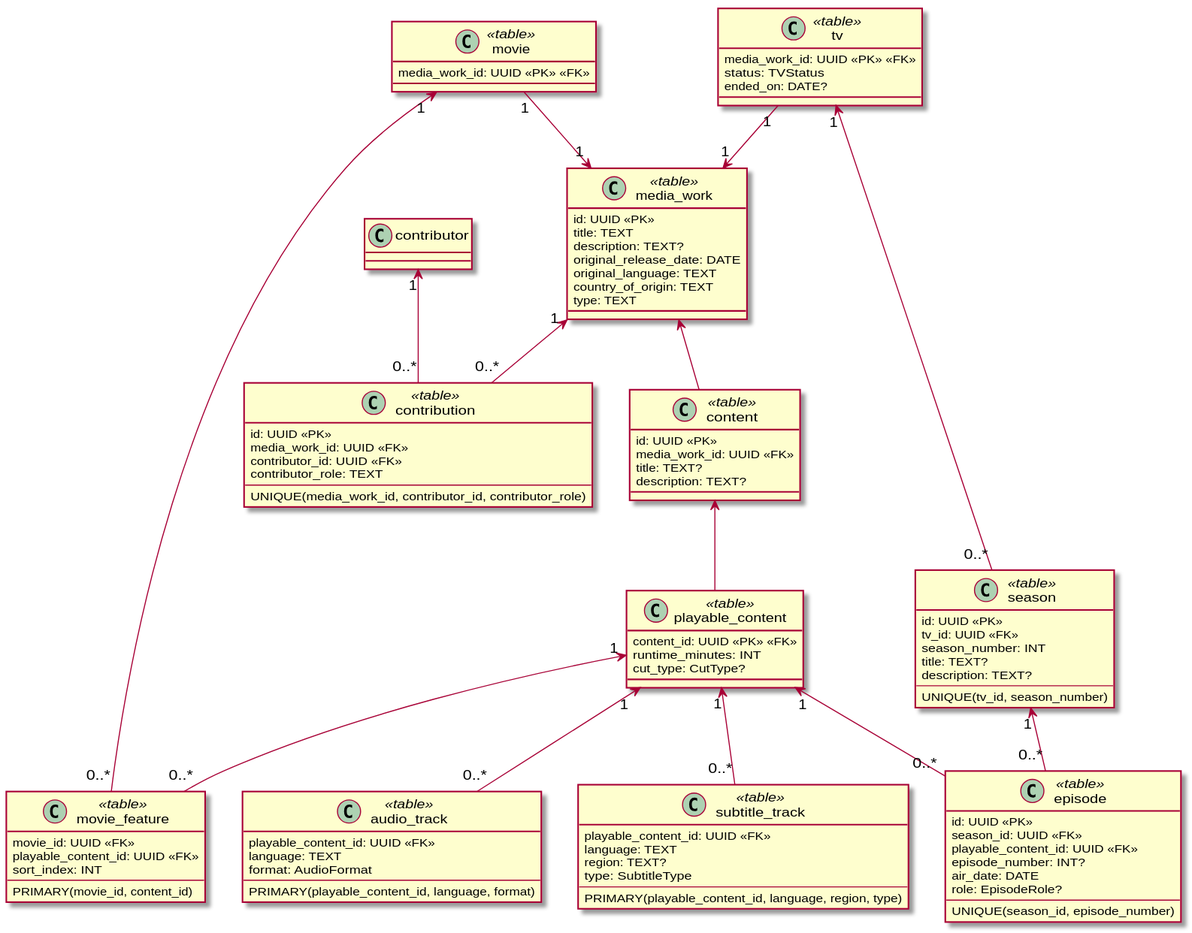
Before: docs/diagrams/data/media_work.data.svg, a diagram exported from PlantUML (yantue/colleq).
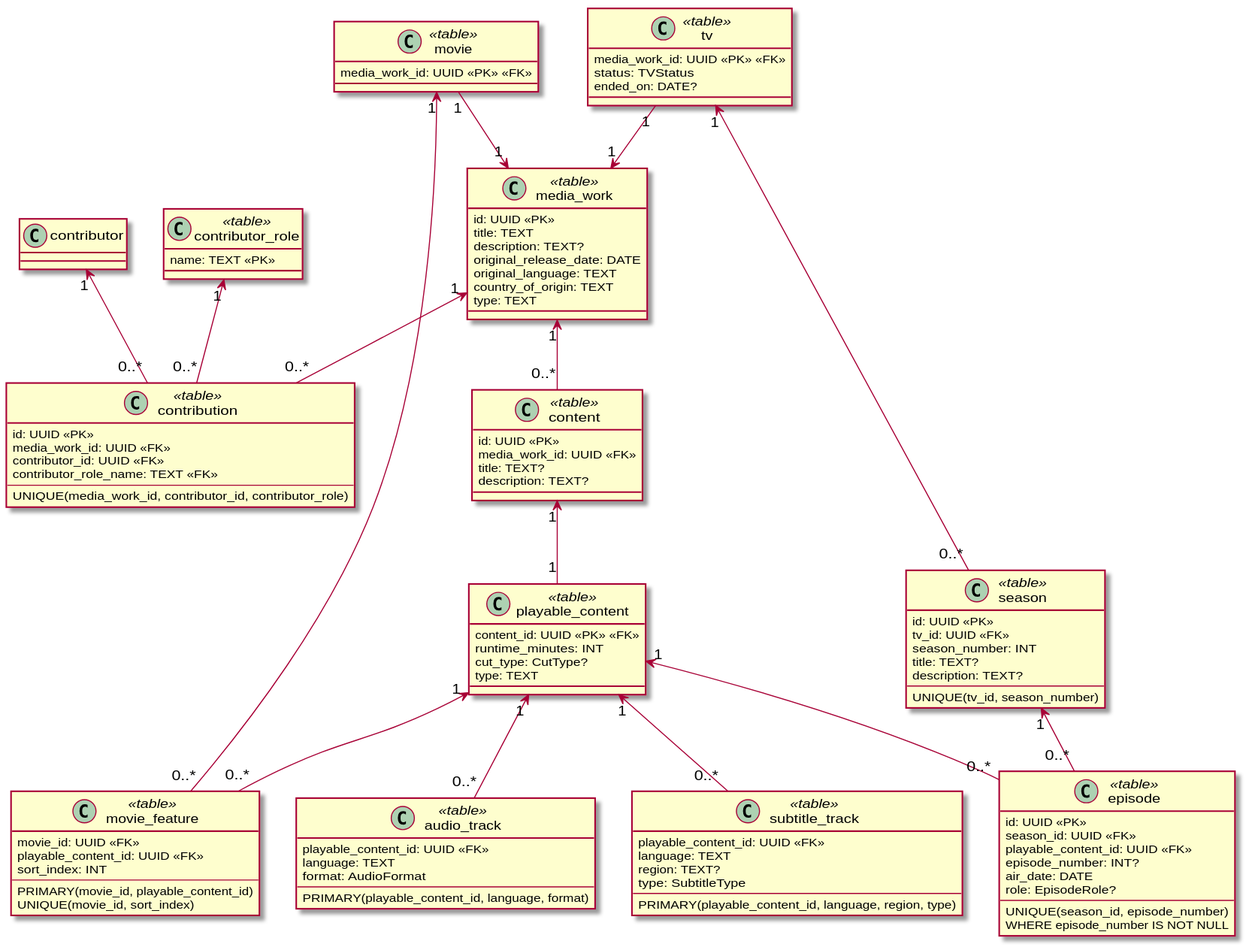
Above is the later version.

What changed in the source:
```diff
@@ -15,12 +15,18 @@
     id: UUID <<PK>>
     media_work_id: UUID <<FK>>
     contributor_id: UUID <<FK>>
-    contributor_role: TEXT
+    contributor_role_name: TEXT <<FK>>
     --
     UNIQUE(media_work_id, contributor_id, contributor_role)
 }
 
 media_work "1" <-- "0..*" contribution
+
+class contributor_role <<table>> {
+    name: TEXT <<PK>>
+}
+
+contributor_role "1" <-- "0..*" contribution
 
 class content <<table>> {
     id: UUID <<PK>>
@@ -29,15 +35,16 @@
     description: TEXT?
 }
 
-media_work <-- content
+media_work "1" <-- "0..*" content
 
 class playable_content <<table>> {
     content_id: UUID <<PK>> <<FK>>
     runtime_minutes: INT
     cut_type: CutType?
+    type: TEXT
 }
 
-content <-- playable_content
+content "1" <-- "1" playable_content
 
 class audio_track <<table>> {
     playable_content_id: UUID <<FK>>
@@ -71,7 +78,8 @@
      playable_content_id: UUID <<FK>>
      sort_index: INT
      --
-     PRIMARY(movie_id, content_id)
+     PRIMARY(movie_id, playable_content_id)
+     UNIQUE(movie_id, sort_index)
 }
 
 movie "1" <-- "0..*" movie_feature
@@ -106,6 +114,7 @@
     role: EpisodeRole?
     --
     UNIQUE(season_id, episode_number)
+    WHERE episode_number IS NOT NULL
 }
 
 season "1" <-- "0..*" episode
```
